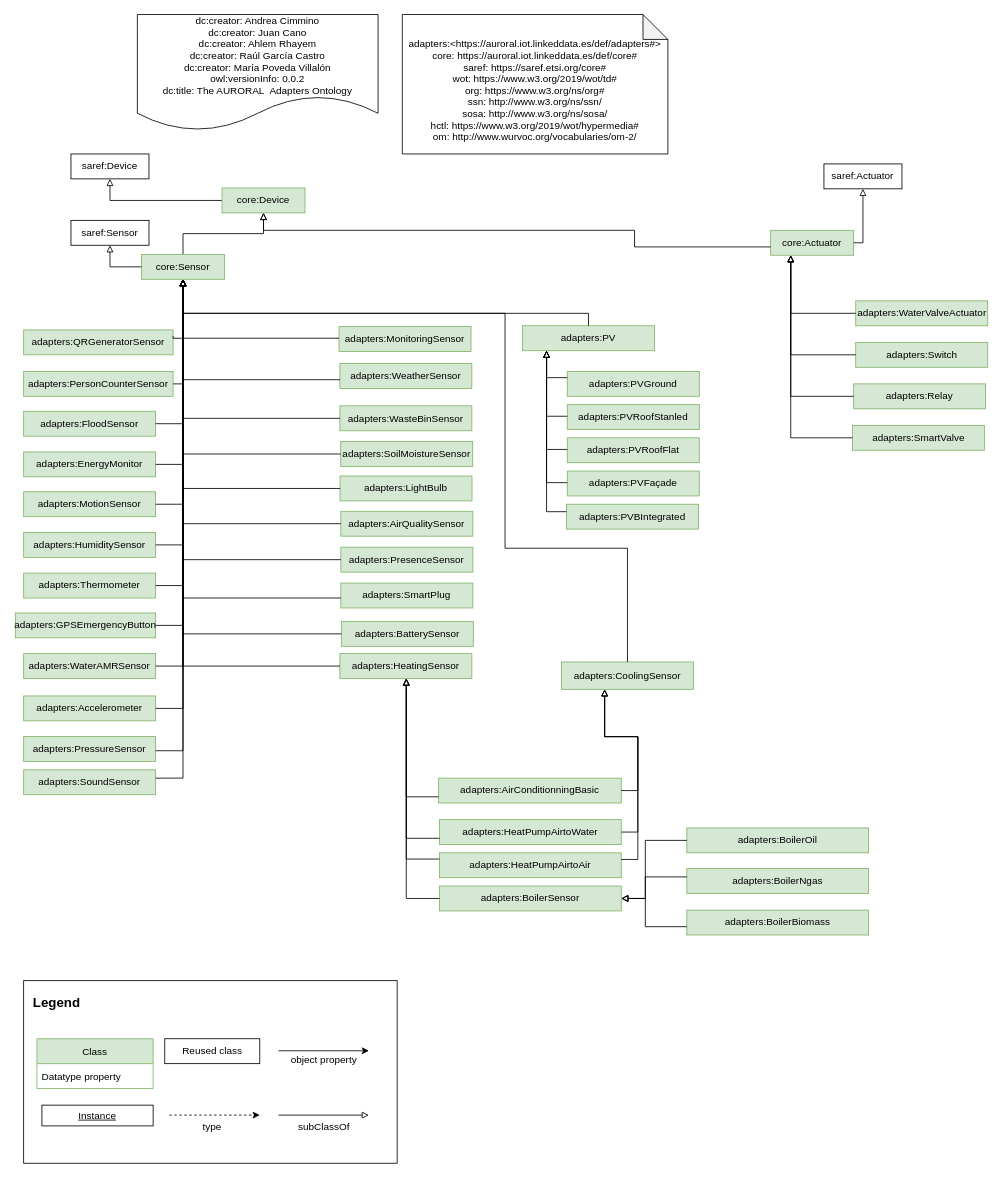
oeg-upm/auroral-adapters-ontology keeps this draw.io diagram as page "V2" (1 of 2) of Diagrams/Device-adapters.drawio. Above is the earlier version. Source tidied: cells renumbered, new cells numbered last; positions are measured from the earlier drawing's top-left corner, leaving out a move shared by most shapes. Both pictures are drawn from the tidied source at 83%, with x=0, y=0 at pixel (15, 14).
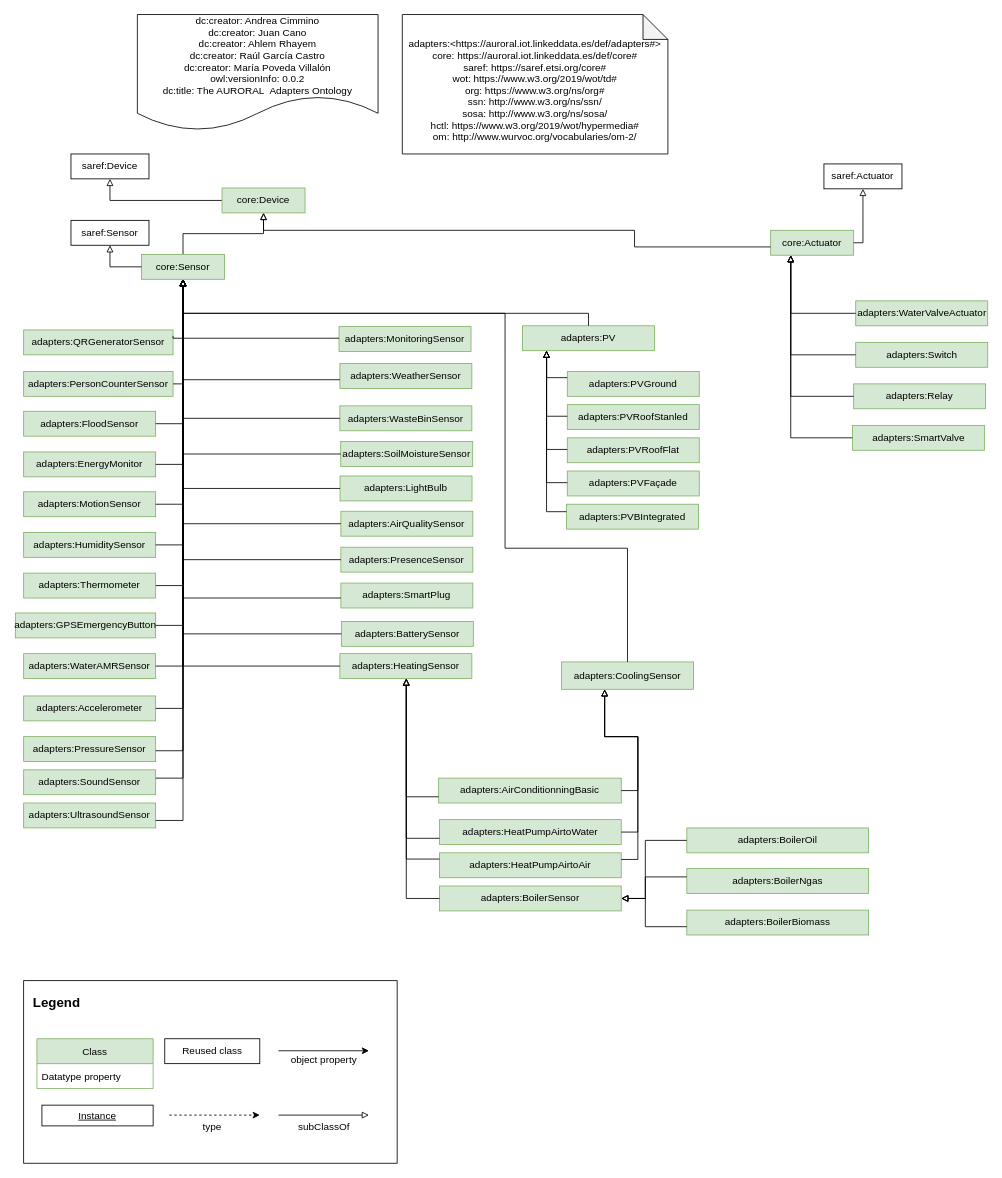
The same page after the edit.

The change refers to these unchanged cells:
```xml
<mxCell id="20" value="core:Sensor" style="rounded=0;whiteSpace=wrap;html=1;fillColor=#d5e8d4;strokeColor=#82b366;" parent="1" vertex="1">
  <mxGeometry x="152" y="289" width="100" height="30" as="geometry" />
</mxCell>
```

What changed in the source:
```diff
@@
+    <mxCell id="110" value="adapters:UltrasoundSensor" style="rounded=0;whiteSpace=wrap;html=1;fillColor=#d5e8d4;strokeColor=#82b366;" parent="1" vertex="1">
+      <mxGeometry x="10" y="950" width="159" height="30" as="geometry" />
+    </mxCell>
+    <mxCell id="111" style="edgeStyle=orthogonalEdgeStyle;rounded=0;jettySize=auto;html=1;fontSize=11;endArrow=block;endFill=0;" parent="1" edge="1" source="110" target="20">
+      <mxGeometry relative="1" as="geometry">
+        <Array as="points">
+          <mxPoint x="202" y="971" />
+        </Array>
+      </mxGeometry>
+    </mxCell>
```
